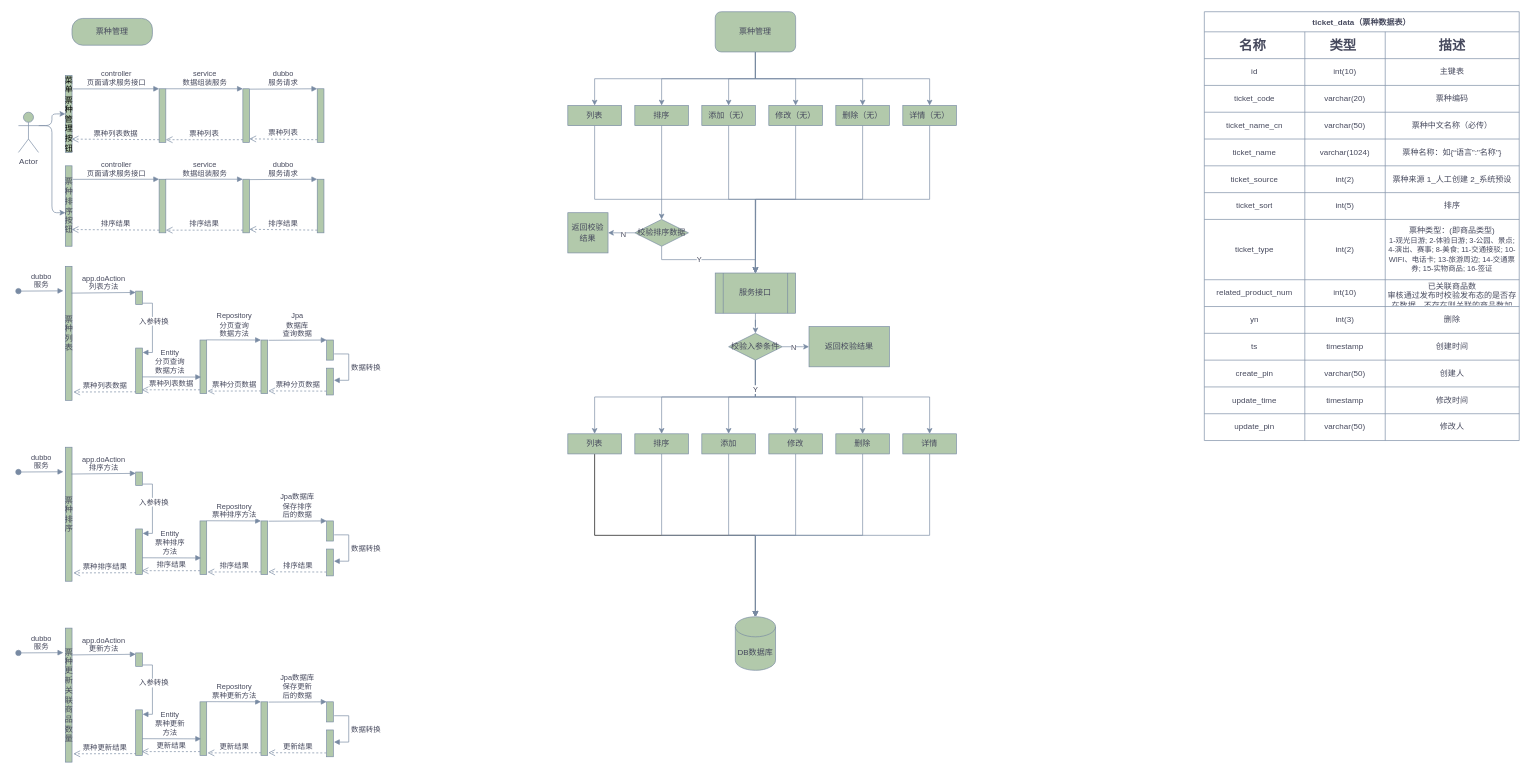
Above: page "票种管理" (1 of 3) of tour-product.drawio in liqiang0113/Project (draw.io), before the change. Source tidied: cells renumbered, new cells numbered last; positions are measured from the earlier drawing's top-left corner, leaving out a move shared by most shapes. Both pictures are drawn from the tidied source at 67%, with x=0, y=0 at pixel (18, 11).
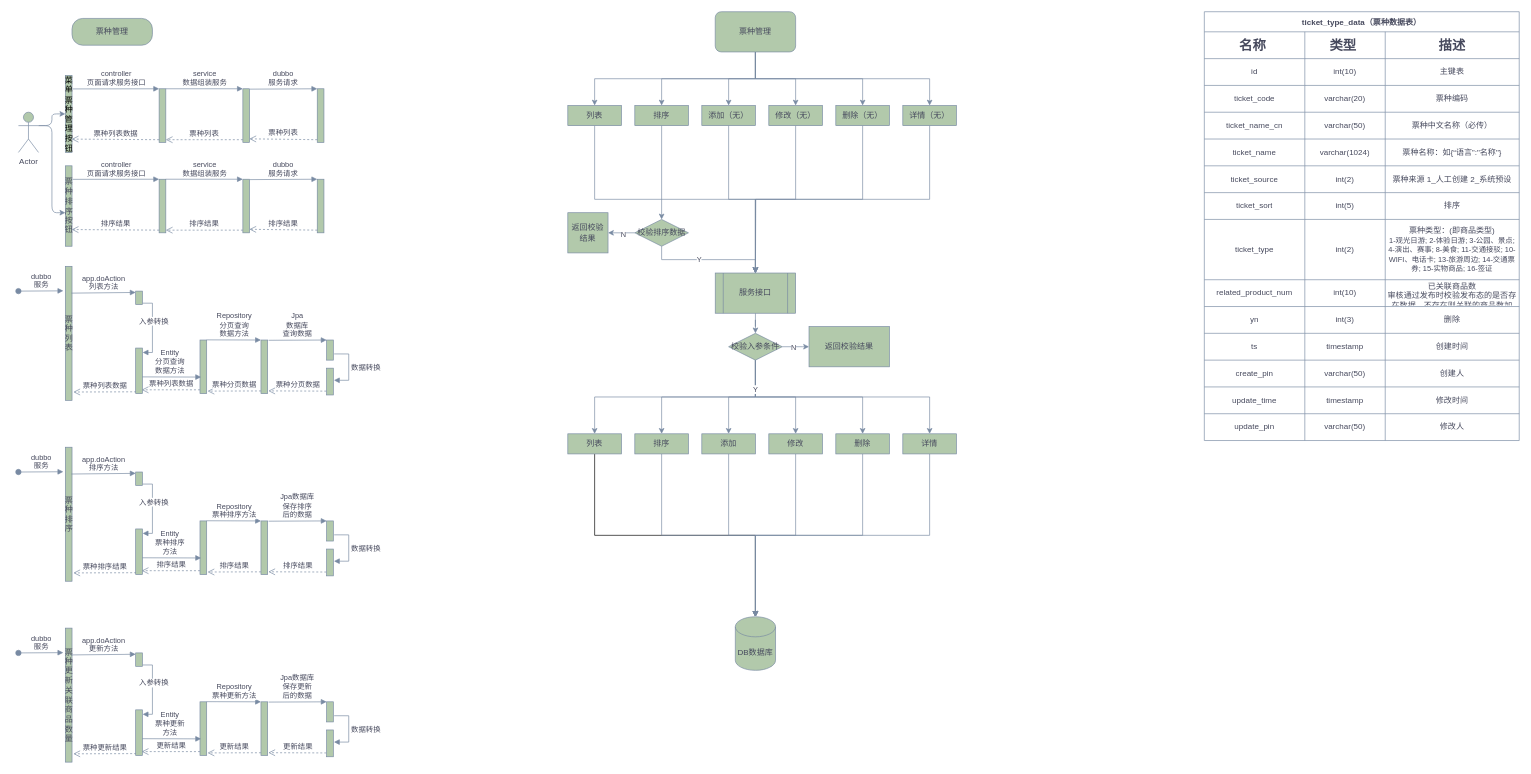
The same page after the edit.

The edit, as a diff of the source:
```diff
@@
-    <mxCell id="53" value="ticket_data（票种数据表）" style="shape=table;startSize=30;childLayout=tableLayout;fontStyle=1;align=center;swimlaneLine=1;strokeWidth=1;fillColor=none;fontColor=#46495D;strokeColor=#788AA3;" parent="1" vertex="1">
+    <mxCell id="53" value="ticket_type_data（票种数据表）" style="shape=table;startSize=30;childLayout=tableLayout;fontStyle=1;align=center;swimlaneLine=1;strokeWidth=1;fillColor=none;fontColor=#46495D;strokeColor=#788AA3;" parent="1" vertex="1">
       <mxGeometry x="1770" width="470" height="640" as="geometry" />
     </mxCell>
```
